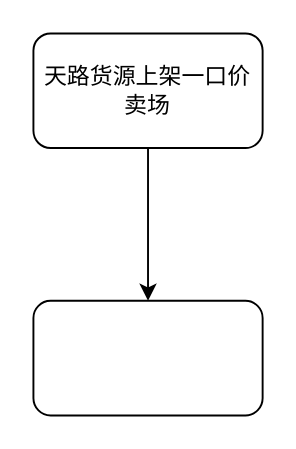
Above: page "上架一口价卖场流程图" (2 of 2) of 卖场/一口价卖场.drawio in lxcy-kdz/draw (draw.io), before the change. Source tidied: cells renumbered, new cells numbered last; positions are measured from the earlier drawing's top-left corner, leaving out a move shared by most shapes. Both pictures are drawn from the tidied source at 191%, with x=0, y=0 at pixel (32, 32).
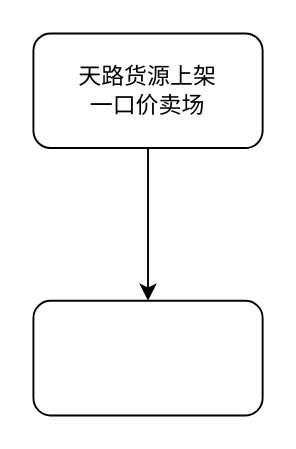
The same page after the edit.

Commit message (it also covers changes not shown here):
更新一口价卖场.drawio

Change to the diagram source:
```diff
@@
 <mxGraphModel>
   <root>
     <mxCell id="0" />
     <mxCell id="1" parent="0" />
     <mxCell id="2" style="edgeStyle=orthogonalEdgeStyle;rounded=0;jettySize=auto;html=1;" parent="1" edge="1" source="3" target="4">
       <mxGeometry relative="1" as="geometry" />
     </mxCell>
-    <mxCell id="3" value="天路货源上架一口价卖场" style="rounded=1;whiteSpace=wrap;html=1;" parent="1" vertex="1">
+    <mxCell id="3" value="天路货源上架&lt;div&gt;一口价卖场&lt;/div&gt;" style="rounded=1;whiteSpace=wrap;html=1;" parent="1" vertex="1">
       <mxGeometry width="120" height="60" as="geometry" />
     </mxCell>
     <mxCell id="4" style="whiteSpace=wrap;html=1;rounded=1;" parent="1" vertex="1">
       <mxGeometry y="140" width="120" height="60" as="geometry" />
     </mxCell>
   </root>
 </mxGraphModel>
```
